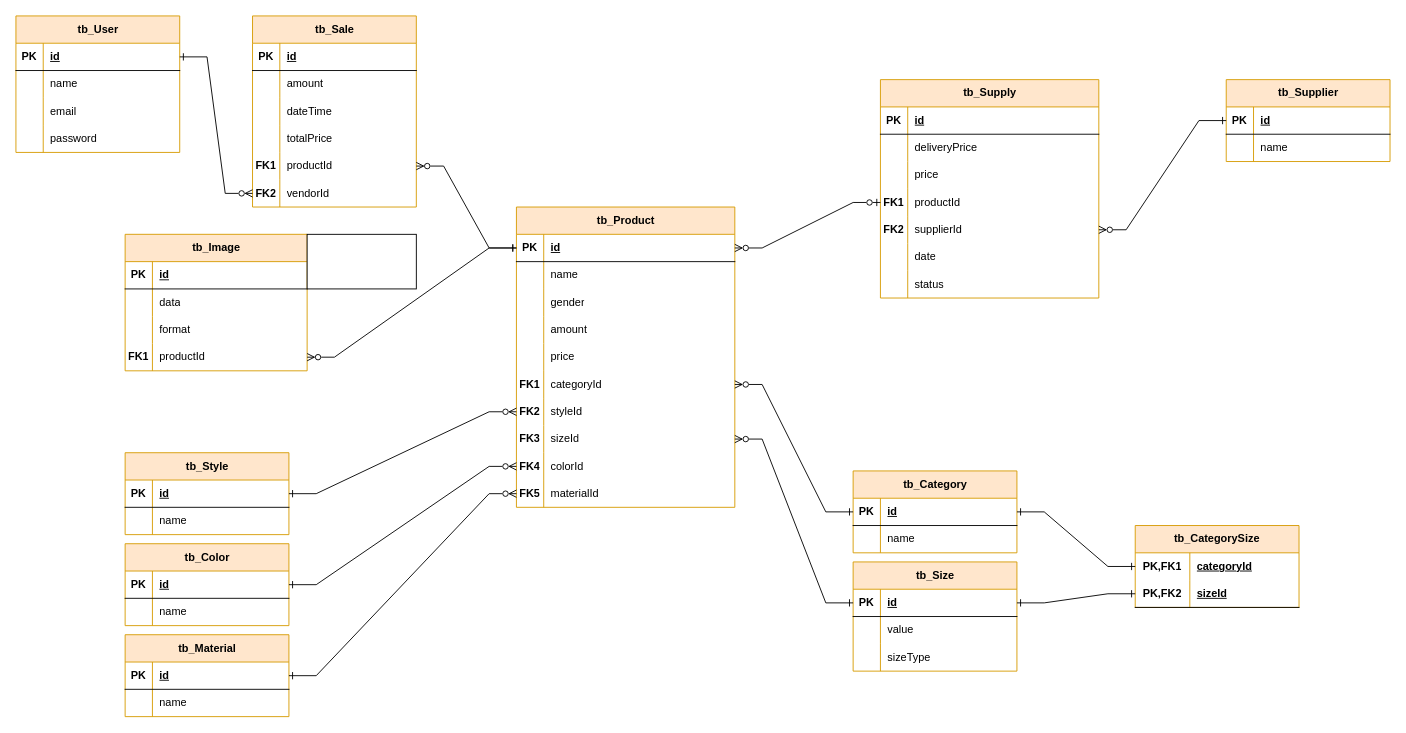
Above: page "DER" (2 of 2) of docs/UML - Clothing Store.drawio in VitorPaulinoG/ClothingStore (draw.io), before the change. Source tidied: cells renumbered, new cells numbered last; positions are measured from the earlier drawing's top-left corner, leaving out a move shared by most shapes. Both pictures are drawn from the tidied source at 91%, with x=0, y=0 at pixel (15, 15).
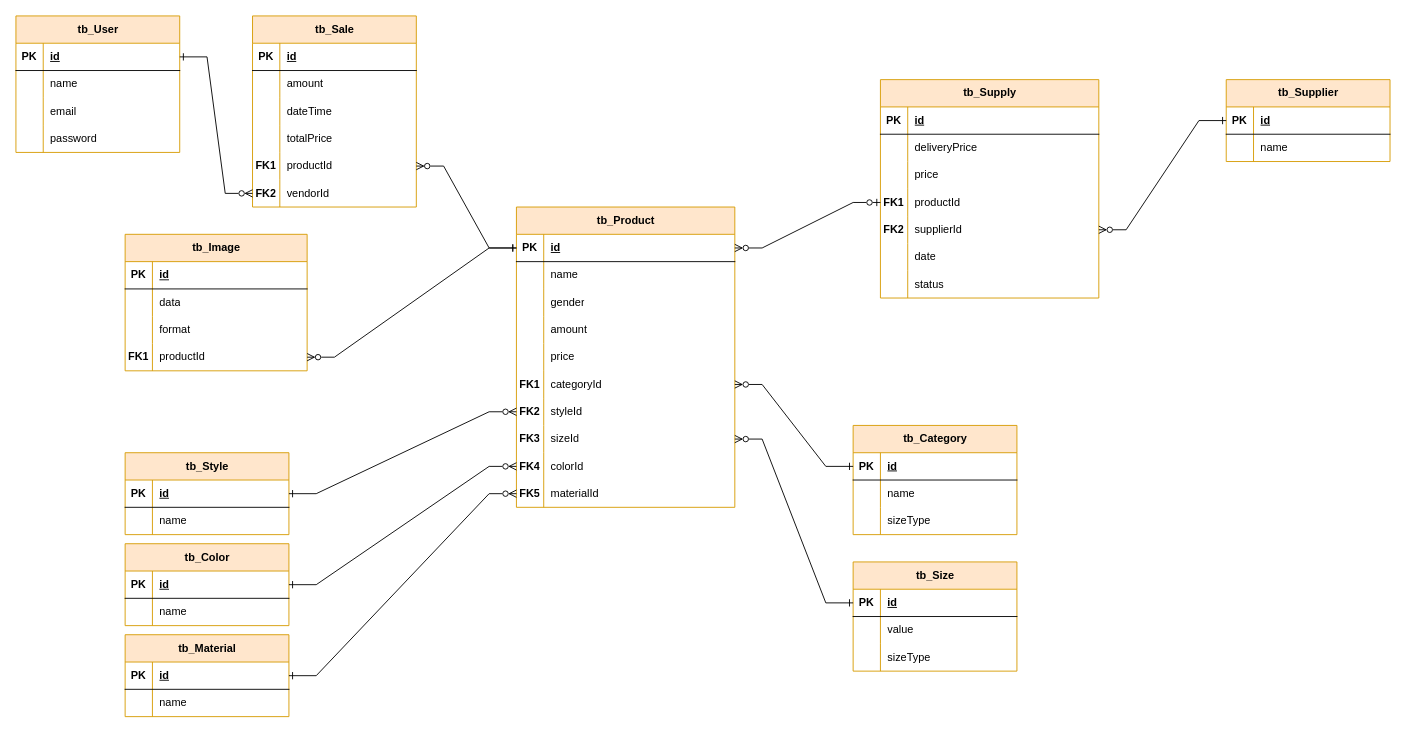
After the change.

Unchanged cells that the change refers to:
```xml
<mxCell id="24" style="shape=tableRow;horizontal=0;startSize=0;swimlaneHead=0;swimlaneBody=0;fillColor=none;points=[[0,0.5],[1,0.5]];portConstraint=eastwest;top=0;left=0;right=0;bottom=1;" parent="23" vertex="1">
  <mxGeometry y="30" width="180" height="30" as="geometry" />
</mxCell>
<mxCell id="54" style="shape=tableRow;horizontal=0;startSize=0;swimlaneHead=0;swimlaneBody=0;fillColor=none;points=[[0,0.5],[1,0.5]];portConstraint=eastwest;top=0;left=0;right=0;bottom=1;" parent="53" vertex="1">
  <mxGeometry y="30" width="180" height="30" as="geometry" />
</mxCell>
```

Change to the diagram source:
```diff
@@
     <mxCell id="53" value="tb_Category" style="shape=table;startSize=30;childLayout=tableLayout;rowLines=0;fontStyle=1;align=center;html=1;fontFamily=Cascadia Code;fillColor=#ffe6cc;strokeColor=#d79b00;" parent="1" vertex="1">
-      <mxGeometry x="920" y="500" width="180" height="90" as="geometry" />
+      <mxGeometry x="920" y="450" width="180" height="120" as="geometry" />
     </mxCell>
@@
-    <mxCell id="60" value="tb_&lt;font face=&quot;Cascadia Code&quot;&gt;CategorySize&lt;/font&gt;" style="shape=table;startSize=30;childLayout=tableLayout;rowLines=0;fontStyle=1;align=center;html=1;whiteSpace=wrap;fillColor=#ffe6cc;strokeColor=#d79b00;" parent="1" vertex="1">
-      <mxGeometry x="1230" y="560" width="180" height="90" as="geometry" />
-    </mxCell>
-    <mxCell id="61" style="shape=tableRow;horizontal=0;startSize=0;swimlaneHead=0;swimlaneBody=0;fillColor=none;points=[[0,0.5],[1,0.5]];portConstraint=eastwest;top=0;left=0;right=0;bottom=0;html=1;fontFamily=Cascadia Code;" parent="60" vertex="1">
-      <mxGeometry y="30" width="180" height="30" as="geometry" />
-    </mxCell>
-    <mxCell id="62" value="&lt;font face=&quot;Cascadia Code&quot;&gt;PK,FK1&lt;/font&gt;" style="shape=partialRectangle;fillColor=none;top=0;left=0;bottom=0;right=0;fontStyle=1;overflow=hidden;html=1;whiteSpace=wrap;" parent="61" vertex="1">
-      <mxGeometry width="60" height="30" as="geometry" />
-    </mxCell>
-    <mxCell id="63" value="&lt;font face=&quot;Cascadia Code&quot;&gt;categoryId&lt;/font&gt;" style="shape=partialRectangle;fillColor=none;top=0;left=0;bottom=0;right=0;align=left;spacingLeft=6;fontStyle=5;overflow=hidden;html=1;whiteSpace=wrap;" parent="61" vertex="1">
-      <mxGeometry x="60" width="120" height="30" as="geometry" />
-    </mxCell>
-    <mxCell id="64" style="shape=tableRow;horizontal=0;startSize=0;swimlaneHead=0;swimlaneBody=0;fillColor=none;points=[[0,0.5],[1,0.5]];portConstraint=eastwest;top=0;left=0;right=0;bottom=1;html=1;" parent="60" vertex="1">
-      <mxGeometry y="60" width="180" height="30" as="geometry" />
-    </mxCell>
-    <mxCell id="65" value="&lt;font face=&quot;Cascadia Code&quot;&gt;PK,FK2&lt;/font&gt;" style="shape=partialRectangle;fillColor=none;top=0;left=0;bottom=0;right=0;fontStyle=1;overflow=hidden;html=1;whiteSpace=wrap;" parent="64" vertex="1">
-      <mxGeometry width="60" height="30" as="geometry" />
-    </mxCell>
-    <mxCell id="66" value="&lt;font face=&quot;Cascadia Code&quot;&gt;sizeId&lt;/font&gt;" style="shape=partialRectangle;fillColor=none;top=0;left=0;bottom=0;right=0;align=left;spacingLeft=6;fontStyle=5;overflow=hidden;html=1;whiteSpace=wrap;" parent="64" vertex="1">
-      <mxGeometry x="60" width="120" height="30" as="geometry" />
-    </mxCell>
+    <mxCell id="165" style="shape=tableRow;horizontal=0;startSize=0;swimlaneHead=0;swimlaneBody=0;fillColor=none;top=0;left=0;right=0;bottom=0;" parent="53" vertex="1">
+      <mxGeometry y="90" width="180" height="30" as="geometry" />
+    </mxCell>
+    <mxCell id="166" style="shape=partialRectangle;fillColor=none;top=0;left=0;bottom=0;right=0;overflow=hidden;whiteSpace=wrap;html=1;" parent="165" vertex="1">
+      <mxGeometry width="30" height="30" as="geometry" />
+    </mxCell>
+    <mxCell id="167" value="&lt;font face=&quot;Cascadia Code&quot;&gt;sizeType&lt;br&gt;&lt;/font&gt;" style="shape=partialRectangle;fillColor=none;top=0;left=0;bottom=0;right=0;align=left;spacingLeft=6;overflow=hidden;whiteSpace=wrap;html=1;" parent="165" vertex="1">
+      <mxGeometry x="30" width="150" height="30" as="geometry" />
+    </mxCell>
@@
-    <mxCell id="156" style="edgeStyle=entityRelationEdgeStyle;fontSize=12;html=1;endArrow=ERone;startArrow=ERone;rounded=0;endFill=0;startFill=0;exitX=0;exitY=0.5;exitDx=0;exitDy=0;entryX=1;entryY=0.5;entryDx=0;entryDy=0;" parent="1" edge="1" source="61" target="54">
-      <mxGeometry relative="1" as="geometry" />
-    </mxCell>
-    <mxCell id="157" style="edgeStyle=entityRelationEdgeStyle;fontSize=12;html=1;endArrow=ERone;startArrow=ERone;rounded=0;endFill=0;startFill=0;entryX=1;entryY=0.5;entryDx=0;entryDy=0;exitX=0;exitY=0.5;exitDx=0;exitDy=0;" parent="1" edge="1" source="64" target="24">
-      <mxGeometry relative="1" as="geometry" />
-    </mxCell>
@@
-    <mxCell id="164" style="whiteSpace=wrap;html=1;" parent="1" vertex="1">
-      <mxGeometry x="320" y="240" width="120" height="60" as="geometry" />
-    </mxCell>
```
